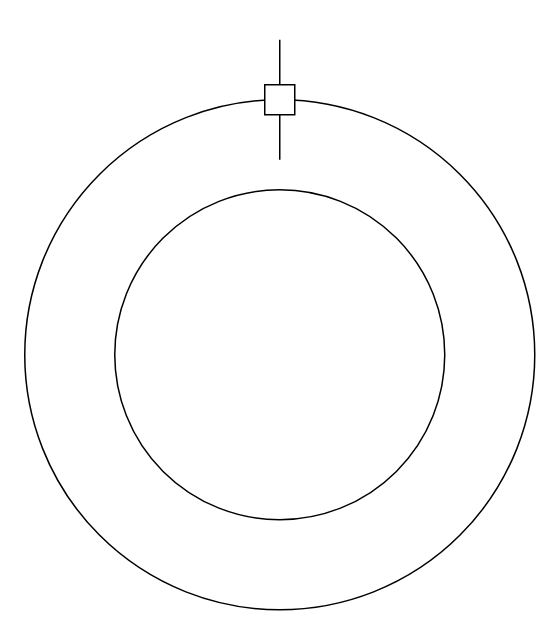
LeibTon/AdditionQuiz keeps this draw.io diagram as Untitled Diagram.drawio. Above is the earlier version. Source tidied: cells renumbered, new cells numbered last; positions are measured from the earlier drawing's top-left corner, leaving out a move shared by most shapes. Both pictures are drawn from the tidied source at 150%, with x=0, y=0 at pixel (24, 39).
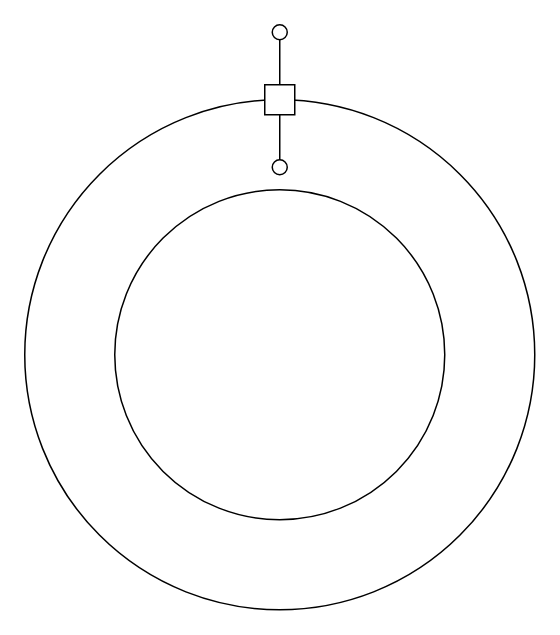
Above is the later version.

What changed in the source:
```diff
@@
 <mxGraphModel>
   <root>
     <mxCell id="0" />
     <mxCell id="1" parent="0" />
     <mxCell id="2" style="ellipse;whiteSpace=wrap;html=1;" parent="1" vertex="1">
       <mxGeometry y="40" width="340" height="340" as="geometry" />
     </mxCell>
     <mxCell id="3" style="ellipse;whiteSpace=wrap;html=1;" parent="1" vertex="1">
       <mxGeometry x="60" y="100" width="220" height="220" as="geometry" />
     </mxCell>
     <mxCell id="4" style="whiteSpace=wrap;html=1;" parent="1" vertex="1">
       <mxGeometry x="160" y="30" width="20" height="20" as="geometry" />
     </mxCell>
     <mxCell id="5" style="endArrow=none;html=1;rounded=0;entryX=0.5;entryY=1;entryDx=0;entryDy=0;" parent="1" edge="1" target="4">
       <mxGeometry relative="1" as="geometry">
         <mxPoint x="170" y="80" as="sourcePoint" />
       </mxGeometry>
     </mxCell>
     <mxCell id="6" style="endArrow=none;html=1;rounded=0;entryX=0.5;entryY=1;entryDx=0;entryDy=0;" parent="1" edge="1">
       <mxGeometry relative="1" as="geometry">
         <mxPoint x="170" y="30" as="sourcePoint" />
         <mxPoint x="170" as="targetPoint" />
       </mxGeometry>
     </mxCell>
+    <mxCell id="7" style="ellipse;whiteSpace=wrap;html=1;" parent="1" vertex="1">
+      <mxGeometry x="165" y="-10" width="10" height="10" as="geometry" />
+    </mxCell>
+    <mxCell id="8" style="ellipse;whiteSpace=wrap;html=1;" parent="1" vertex="1">
+      <mxGeometry x="165" y="80" width="10" height="10" as="geometry" />
+    </mxCell>
   </root>
 </mxGraphModel>
```
